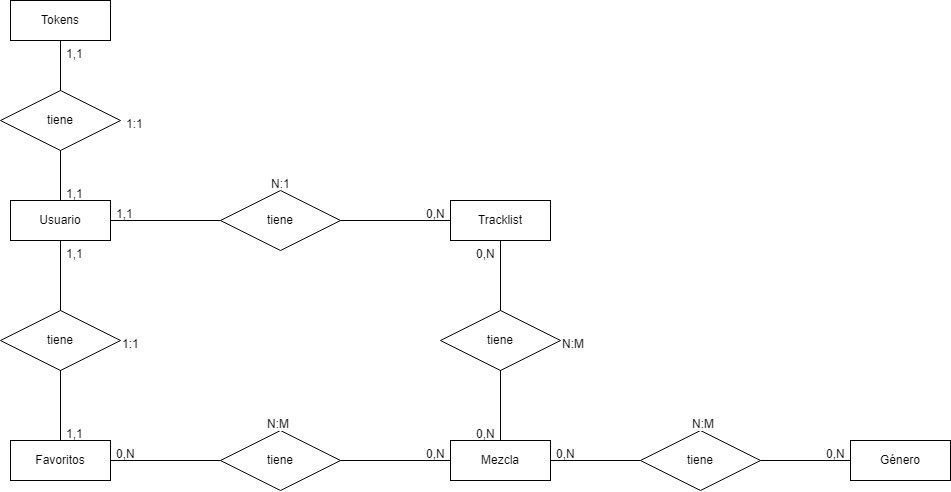
Above: assets/img/Diagrama Entidad Relación GrooveBox.png in LukaLaKuka/GrooveBox (draw.io), before the change. Source tidied: cells renumbered, new cells last; positions are measured from the earlier drawing's top-left corner, leaving out a move shared by most shapes. Source of this version:
```xml
<mxGraphModel>
  <root>
    <mxCell id="0" />
    <mxCell id="1" parent="0" />
    <mxCell id="2" value="tiene" style="shape=rhombus;perimeter=rhombusPerimeter;whiteSpace=wrap;html=1;align=center;" parent="1" vertex="1">
      <mxGeometry x="220" y="190" width="120" height="60" as="geometry" />
    </mxCell>
    <mxCell id="3" value="Mezcla" style="whiteSpace=wrap;html=1;align=center;" parent="1" vertex="1">
      <mxGeometry x="450" y="440" width="100" height="40" as="geometry" />
    </mxCell>
    <mxCell id="4" value="Tokens" style="whiteSpace=wrap;html=1;align=center;" parent="1" vertex="1">
      <mxGeometry x="10" width="100" height="40" as="geometry" />
    </mxCell>
    <mxCell id="5" value="Favoritos" style="whiteSpace=wrap;html=1;align=center;" parent="1" vertex="1">
      <mxGeometry x="10" y="440" width="100" height="40" as="geometry" />
    </mxCell>
    <mxCell id="6" value="Tracklist" style="whiteSpace=wrap;html=1;align=center;" parent="1" vertex="1">
      <mxGeometry x="450" y="200" width="100" height="40" as="geometry" />
    </mxCell>
    <mxCell id="7" value="Género" style="whiteSpace=wrap;html=1;align=center;" parent="1" vertex="1">
      <mxGeometry x="850" y="440" width="100" height="40" as="geometry" />
    </mxCell>
    <mxCell id="8" value="Usuario" style="whiteSpace=wrap;html=1;align=center;" parent="1" vertex="1">
      <mxGeometry x="10" y="200" width="100" height="40" as="geometry" />
    </mxCell>
    <mxCell id="9" style="endArrow=none;html=1;rounded=0;entryX=1;entryY=0.5;entryDx=0;entryDy=0;exitX=0;exitY=0.5;exitDx=0;exitDy=0;" parent="1" edge="1" source="2" target="8">
      <mxGeometry relative="1" as="geometry" />
    </mxCell>
    <mxCell id="10" style="endArrow=none;html=1;rounded=0;entryX=1;entryY=0.5;entryDx=0;entryDy=0;exitX=0;exitY=0.5;exitDx=0;exitDy=0;" parent="1" edge="1" source="6" target="2">
      <mxGeometry relative="1" as="geometry" />
    </mxCell>
    <mxCell id="11" value="tiene" style="shape=rhombus;perimeter=rhombusPerimeter;whiteSpace=wrap;html=1;align=center;" parent="1" vertex="1">
      <mxGeometry x="440" y="310" width="120" height="60" as="geometry" />
    </mxCell>
    <mxCell id="12" style="endArrow=none;html=1;rounded=0;entryX=0.5;entryY=0;entryDx=0;entryDy=0;exitX=0.5;exitY=1;exitDx=0;exitDy=0;" parent="1" edge="1" source="6" target="11">
      <mxGeometry relative="1" as="geometry" />
    </mxCell>
    <mxCell id="13" style="endArrow=none;html=1;rounded=0;entryX=0.5;entryY=0;entryDx=0;entryDy=0;exitX=0.5;exitY=1;exitDx=0;exitDy=0;" parent="1" edge="1" source="11" target="3">
      <mxGeometry relative="1" as="geometry" />
    </mxCell>
    <mxCell id="14" value="tiene" style="shape=rhombus;perimeter=rhombusPerimeter;whiteSpace=wrap;html=1;align=center;" parent="1" vertex="1">
      <mxGeometry y="310" width="120" height="60" as="geometry" />
    </mxCell>
    <mxCell id="15" value="tiene" style="shape=rhombus;perimeter=rhombusPerimeter;whiteSpace=wrap;html=1;align=center;" parent="1" vertex="1">
      <mxGeometry x="220" y="430" width="120" height="60" as="geometry" />
    </mxCell>
    <mxCell id="16" style="endArrow=none;html=1;rounded=0;entryX=0.5;entryY=0;entryDx=0;entryDy=0;exitX=0.5;exitY=1;exitDx=0;exitDy=0;" parent="1" edge="1" source="8" target="14">
      <mxGeometry relative="1" as="geometry" />
    </mxCell>
    <mxCell id="17" style="endArrow=none;html=1;rounded=0;entryX=0.5;entryY=0;entryDx=0;entryDy=0;exitX=0.5;exitY=1;exitDx=0;exitDy=0;" parent="1" edge="1" source="14" target="5">
      <mxGeometry relative="1" as="geometry" />
    </mxCell>
    <mxCell id="18" style="endArrow=none;html=1;rounded=0;entryX=0;entryY=0.5;entryDx=0;entryDy=0;exitX=1;exitY=0.5;exitDx=0;exitDy=0;" parent="1" edge="1" source="5" target="15">
      <mxGeometry relative="1" as="geometry" />
    </mxCell>
    <mxCell id="19" style="endArrow=none;html=1;rounded=0;entryX=0;entryY=0.5;entryDx=0;entryDy=0;exitX=1;exitY=0.5;exitDx=0;exitDy=0;" parent="1" edge="1" source="15" target="3">
      <mxGeometry relative="1" as="geometry" />
    </mxCell>
    <mxCell id="20" value="tiene" style="shape=rhombus;perimeter=rhombusPerimeter;whiteSpace=wrap;html=1;align=center;" parent="1" vertex="1">
      <mxGeometry y="90" width="120" height="60" as="geometry" />
    </mxCell>
    <mxCell id="21" style="endArrow=none;html=1;rounded=0;entryX=0.5;entryY=0;entryDx=0;entryDy=0;exitX=0.5;exitY=1;exitDx=0;exitDy=0;" parent="1" edge="1" source="4" target="20">
      <mxGeometry relative="1" as="geometry" />
    </mxCell>
    <mxCell id="22" style="endArrow=none;html=1;rounded=0;exitX=0.5;exitY=1;exitDx=0;exitDy=0;entryX=0.5;entryY=0;entryDx=0;entryDy=0;" parent="1" edge="1" source="20" target="8">
      <mxGeometry relative="1" as="geometry" />
    </mxCell>
    <mxCell id="23" value="tiene" style="shape=rhombus;perimeter=rhombusPerimeter;whiteSpace=wrap;html=1;align=center;" parent="1" vertex="1">
      <mxGeometry x="640" y="430" width="120" height="60" as="geometry" />
    </mxCell>
    <mxCell id="24" style="endArrow=none;html=1;rounded=0;entryX=1;entryY=0.5;entryDx=0;entryDy=0;exitX=0;exitY=0.5;exitDx=0;exitDy=0;" parent="1" edge="1" source="23" target="3">
      <mxGeometry relative="1" as="geometry" />
    </mxCell>
    <mxCell id="25" style="endArrow=none;html=1;rounded=0;exitX=0;exitY=0.5;exitDx=0;exitDy=0;entryX=1;entryY=0.5;entryDx=0;entryDy=0;" parent="1" edge="1" source="7" target="23">
      <mxGeometry relative="1" as="geometry" />
    </mxCell>
    <mxCell id="26" value="0,N" style="text;strokeColor=none;fillColor=none;spacingLeft=4;spacingRight=4;overflow=hidden;fontSize=12;whiteSpace=wrap;html=1;" parent="1" vertex="1">
      <mxGeometry x="420" y="200" width="30" height="20" as="geometry" />
    </mxCell>
    <mxCell id="27" value="1,1" style="text;strokeColor=none;fillColor=none;spacingLeft=4;spacingRight=4;overflow=hidden;fontSize=12;whiteSpace=wrap;html=1;" parent="1" vertex="1">
      <mxGeometry x="110" y="200" width="30" height="20" as="geometry" />
    </mxCell>
    <mxCell id="28" value="0,N" style="text;strokeColor=none;fillColor=none;spacingLeft=4;spacingRight=4;overflow=hidden;fontSize=12;whiteSpace=wrap;html=1;" parent="1" vertex="1">
      <mxGeometry x="470" y="420" width="30" height="20" as="geometry" />
    </mxCell>
    <mxCell id="29" value="0,N" style="text;strokeColor=none;fillColor=none;spacingLeft=4;spacingRight=4;overflow=hidden;fontSize=12;whiteSpace=wrap;html=1;" parent="1" vertex="1">
      <mxGeometry x="470" y="240" width="30" height="20" as="geometry" />
    </mxCell>
    <mxCell id="30" value="0,N" style="text;strokeColor=none;fillColor=none;spacingLeft=4;spacingRight=4;overflow=hidden;fontSize=12;whiteSpace=wrap;html=1;" parent="1" vertex="1">
      <mxGeometry x="110" y="440" width="30" height="20" as="geometry" />
    </mxCell>
    <mxCell id="31" value="0,N" style="text;strokeColor=none;fillColor=none;spacingLeft=4;spacingRight=4;overflow=hidden;fontSize=12;whiteSpace=wrap;html=1;" parent="1" vertex="1">
      <mxGeometry x="420" y="440" width="30" height="20" as="geometry" />
    </mxCell>
    <mxCell id="32" value="1,1" style="text;strokeColor=none;fillColor=none;spacingLeft=4;spacingRight=4;overflow=hidden;fontSize=12;whiteSpace=wrap;html=1;" parent="1" vertex="1">
      <mxGeometry x="60" y="240" width="30" height="20" as="geometry" />
    </mxCell>
    <mxCell id="33" value="1,1" style="text;strokeColor=none;fillColor=none;spacingLeft=4;spacingRight=4;overflow=hidden;fontSize=12;whiteSpace=wrap;html=1;" parent="1" vertex="1">
      <mxGeometry x="60" y="420" width="30" height="20" as="geometry" />
    </mxCell>
    <mxCell id="34" value="0,N" style="text;strokeColor=none;fillColor=none;spacingLeft=4;spacingRight=4;overflow=hidden;fontSize=12;whiteSpace=wrap;html=1;" parent="1" vertex="1">
      <mxGeometry x="550" y="440" width="30" height="20" as="geometry" />
    </mxCell>
    <mxCell id="35" value="0,N" style="text;strokeColor=none;fillColor=none;spacingLeft=4;spacingRight=4;overflow=hidden;fontSize=12;whiteSpace=wrap;html=1;" parent="1" vertex="1">
      <mxGeometry x="820" y="440" width="30" height="20" as="geometry" />
    </mxCell>
    <mxCell id="36" value="1,1" style="text;strokeColor=none;fillColor=none;spacingLeft=4;spacingRight=4;overflow=hidden;fontSize=12;whiteSpace=wrap;html=1;" parent="1" vertex="1">
      <mxGeometry x="60" y="180" width="30" height="20" as="geometry" />
    </mxCell>
    <mxCell id="37" value="1,1" style="text;strokeColor=none;fillColor=none;spacingLeft=4;spacingRight=4;overflow=hidden;fontSize=12;whiteSpace=wrap;html=1;" parent="1" vertex="1">
      <mxGeometry x="60" y="40" width="30" height="20" as="geometry" />
    </mxCell>
    <mxCell id="38" value="1:1" style="text;strokeColor=none;fillColor=none;spacingLeft=4;spacingRight=4;overflow=hidden;fontSize=12;whiteSpace=wrap;html=1;" parent="1" vertex="1">
      <mxGeometry x="120" y="110" width="30" height="20" as="geometry" />
    </mxCell>
    <mxCell id="39" value="N:1" style="text;strokeColor=none;fillColor=none;spacingLeft=4;spacingRight=4;overflow=hidden;fontSize=12;whiteSpace=wrap;html=1;" parent="1" vertex="1">
      <mxGeometry x="265" y="170" width="30" height="20" as="geometry" />
    </mxCell>
    <mxCell id="40" value="&lt;span style=&quot;color: rgb(0, 0, 0); font-family: Helvetica; font-size: 12px; font-style: normal; font-variant-ligatures: normal; font-variant-caps: normal; font-weight: 400; letter-spacing: normal; orphans: 2; text-align: left; text-indent: 0px; text-transform: none; widows: 2; word-spacing: 0px; -webkit-text-stroke-width: 0px; background-color: rgb(251, 251, 251); text-decoration-thickness: initial; text-decoration-style: initial; text-decoration-color: initial; float: none; display: inline !important;&quot;&gt;1:1&lt;/span&gt;" style="text;whiteSpace=wrap;html=1;" parent="1" vertex="1">
      <mxGeometry x="120" y="330" width="60" height="40" as="geometry" />
    </mxCell>
    <mxCell id="41" value="&lt;span style=&quot;color: rgb(0, 0, 0); font-family: Helvetica; font-size: 12px; font-style: normal; font-variant-ligatures: normal; font-variant-caps: normal; font-weight: 400; letter-spacing: normal; orphans: 2; text-align: left; text-indent: 0px; text-transform: none; widows: 2; word-spacing: 0px; -webkit-text-stroke-width: 0px; background-color: rgb(251, 251, 251); text-decoration-thickness: initial; text-decoration-style: initial; text-decoration-color: initial; float: none; display: inline !important;&quot;&gt;N:M&lt;/span&gt;" style="text;whiteSpace=wrap;html=1;" parent="1" vertex="1">
      <mxGeometry x="265" y="410" width="25" height="20" as="geometry" />
    </mxCell>
    <mxCell id="42" value="&lt;span style=&quot;color: rgb(0, 0, 0); font-family: Helvetica; font-size: 12px; font-style: normal; font-variant-ligatures: normal; font-variant-caps: normal; font-weight: 400; letter-spacing: normal; orphans: 2; text-align: left; text-indent: 0px; text-transform: none; widows: 2; word-spacing: 0px; -webkit-text-stroke-width: 0px; background-color: rgb(251, 251, 251); text-decoration-thickness: initial; text-decoration-style: initial; text-decoration-color: initial; float: none; display: inline !important;&quot;&gt;N:M&lt;/span&gt;" style="text;whiteSpace=wrap;html=1;" parent="1" vertex="1">
      <mxGeometry x="560" y="330" width="25" height="20" as="geometry" />
    </mxCell>
    <mxCell id="43" value="&lt;span style=&quot;color: rgb(0, 0, 0); font-family: Helvetica; font-size: 12px; font-style: normal; font-variant-ligatures: normal; font-variant-caps: normal; font-weight: 400; letter-spacing: normal; orphans: 2; text-align: left; text-indent: 0px; text-transform: none; widows: 2; word-spacing: 0px; -webkit-text-stroke-width: 0px; background-color: rgb(251, 251, 251); text-decoration-thickness: initial; text-decoration-style: initial; text-decoration-color: initial; float: none; display: inline !important;&quot;&gt;N:M&lt;/span&gt;" style="text;whiteSpace=wrap;html=1;" parent="1" vertex="1">
      <mxGeometry x="690" y="410" width="25" height="20" as="geometry" />
    </mxCell>
  </root>
</mxGraphModel>
```
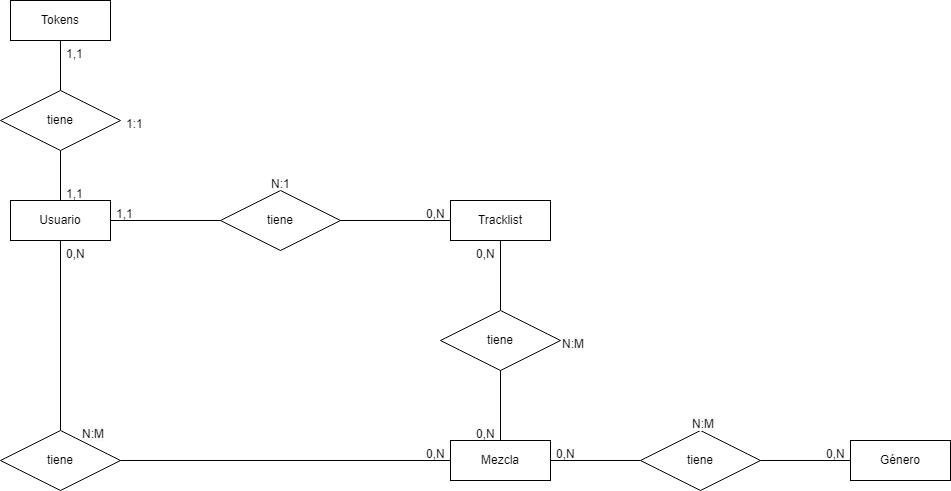
Above is the later version.

Commit message:
Diagrama Entidad Relación corregido

What changed in the source:
```diff
@@ -11,9 +11,6 @@
     <mxCell id="4" value="Tokens" style="whiteSpace=wrap;html=1;align=center;" parent="1" vertex="1">
       <mxGeometry x="10" width="100" height="40" as="geometry" />
     </mxCell>
-    <mxCell id="5" value="Favoritos" style="whiteSpace=wrap;html=1;align=center;" parent="1" vertex="1">
-      <mxGeometry x="10" y="440" width="100" height="40" as="geometry" />
-    </mxCell>
     <mxCell id="6" value="Tracklist" style="whiteSpace=wrap;html=1;align=center;" parent="1" vertex="1">
       <mxGeometry x="450" y="200" width="100" height="40" as="geometry" />
     </mxCell>
@@ -38,19 +35,10 @@
     <mxCell id="13" style="endArrow=none;html=1;rounded=0;entryX=0.5;entryY=0;entryDx=0;entryDy=0;exitX=0.5;exitY=1;exitDx=0;exitDy=0;" parent="1" edge="1" source="11" target="3">
       <mxGeometry relative="1" as="geometry" />
     </mxCell>
-    <mxCell id="14" value="tiene" style="shape=rhombus;perimeter=rhombusPerimeter;whiteSpace=wrap;html=1;align=center;" parent="1" vertex="1">
-      <mxGeometry y="310" width="120" height="60" as="geometry" />
-    </mxCell>
     <mxCell id="15" value="tiene" style="shape=rhombus;perimeter=rhombusPerimeter;whiteSpace=wrap;html=1;align=center;" parent="1" vertex="1">
-      <mxGeometry x="220" y="430" width="120" height="60" as="geometry" />
+      <mxGeometry y="430" width="120" height="60" as="geometry" />
     </mxCell>
-    <mxCell id="16" style="endArrow=none;html=1;rounded=0;entryX=0.5;entryY=0;entryDx=0;entryDy=0;exitX=0.5;exitY=1;exitDx=0;exitDy=0;" parent="1" edge="1" source="8" target="14">
-      <mxGeometry relative="1" as="geometry" />
-    </mxCell>
-    <mxCell id="17" style="endArrow=none;html=1;rounded=0;entryX=0.5;entryY=0;entryDx=0;entryDy=0;exitX=0.5;exitY=1;exitDx=0;exitDy=0;" parent="1" edge="1" source="14" target="5">
-      <mxGeometry relative="1" as="geometry" />
-    </mxCell>
-    <mxCell id="18" style="endArrow=none;html=1;rounded=0;entryX=0;entryY=0.5;entryDx=0;entryDy=0;exitX=1;exitY=0.5;exitDx=0;exitDy=0;" parent="1" edge="1" source="5" target="15">
+    <mxCell id="18" style="endArrow=none;html=1;rounded=0;exitX=0.5;exitY=1;exitDx=0;exitDy=0;entryX=0.5;entryY=0;entryDx=0;entryDy=0;" parent="1" edge="1" source="8" target="15">
       <mxGeometry relative="1" as="geometry" />
     </mxCell>
     <mxCell id="19" style="endArrow=none;html=1;rounded=0;entryX=0;entryY=0.5;entryDx=0;entryDy=0;exitX=1;exitY=0.5;exitDx=0;exitDy=0;" parent="1" edge="1" source="15" target="3">
@@ -86,18 +74,12 @@
     <mxCell id="29" value="0,N" style="text;strokeColor=none;fillColor=none;spacingLeft=4;spacingRight=4;overflow=hidden;fontSize=12;whiteSpace=wrap;html=1;" parent="1" vertex="1">
       <mxGeometry x="470" y="240" width="30" height="20" as="geometry" />
     </mxCell>
-    <mxCell id="30" value="0,N" style="text;strokeColor=none;fillColor=none;spacingLeft=4;spacingRight=4;overflow=hidden;fontSize=12;whiteSpace=wrap;html=1;" parent="1" vertex="1">
-      <mxGeometry x="110" y="440" width="30" height="20" as="geometry" />
-    </mxCell>
     <mxCell id="31" value="0,N" style="text;strokeColor=none;fillColor=none;spacingLeft=4;spacingRight=4;overflow=hidden;fontSize=12;whiteSpace=wrap;html=1;" parent="1" vertex="1">
       <mxGeometry x="420" y="440" width="30" height="20" as="geometry" />
     </mxCell>
-    <mxCell id="32" value="1,1" style="text;strokeColor=none;fillColor=none;spacingLeft=4;spacingRight=4;overflow=hidden;fontSize=12;whiteSpace=wrap;html=1;" parent="1" vertex="1">
+    <mxCell id="32" value="0,N" style="text;strokeColor=none;fillColor=none;spacingLeft=4;spacingRight=4;overflow=hidden;fontSize=12;whiteSpace=wrap;html=1;" parent="1" vertex="1">
       <mxGeometry x="60" y="240" width="30" height="20" as="geometry" />
     </mxCell>
-    <mxCell id="33" value="1,1" style="text;strokeColor=none;fillColor=none;spacingLeft=4;spacingRight=4;overflow=hidden;fontSize=12;whiteSpace=wrap;html=1;" parent="1" vertex="1">
-      <mxGeometry x="60" y="420" width="30" height="20" as="geometry" />
-    </mxCell>
     <mxCell id="34" value="0,N" style="text;strokeColor=none;fillColor=none;spacingLeft=4;spacingRight=4;overflow=hidden;fontSize=12;whiteSpace=wrap;html=1;" parent="1" vertex="1">
       <mxGeometry x="550" y="440" width="30" height="20" as="geometry" />
     </mxCell>
@@ -116,11 +98,8 @@
     <mxCell id="39" value="N:1" style="text;strokeColor=none;fillColor=none;spacingLeft=4;spacingRight=4;overflow=hidden;fontSize=12;whiteSpace=wrap;html=1;" parent="1" vertex="1">
       <mxGeometry x="265" y="170" width="30" height="20" as="geometry" />
     </mxCell>
-    <mxCell id="40" value="&lt;span style=&quot;color: rgb(0, 0, 0); font-family: Helvetica; font-size: 12px; font-style: normal; font-variant-ligatures: normal; font-variant-caps: normal; font-weight: 400; letter-spacing: normal; orphans: 2; text-align: left; text-indent: 0px; text-transform: none; widows: 2; word-spacing: 0px; -webkit-text-stroke-width: 0px; background-color: rgb(251, 251, 251); text-decoration-thickness: initial; text-decoration-style: initial; text-decoration-color: initial; float: none; display: inline !important;&quot;&gt;1:1&lt;/span&gt;" style="text;whiteSpace=wrap;html=1;" parent="1" vertex="1">
-      <mxGeometry x="120" y="330" width="60" height="40" as="geometry" />
-    </mxCell>
     <mxCell id="41" value="&lt;span style=&quot;color: rgb(0, 0, 0); font-family: Helvetica; font-size: 12px; font-style: normal; font-variant-ligatures: normal; font-variant-caps: normal; font-weight: 400; letter-spacing: normal; orphans: 2; text-align: left; text-indent: 0px; text-transform: none; widows: 2; word-spacing: 0px; -webkit-text-stroke-width: 0px; background-color: rgb(251, 251, 251); text-decoration-thickness: initial; text-decoration-style: initial; text-decoration-color: initial; float: none; display: inline !important;&quot;&gt;N:M&lt;/span&gt;" style="text;whiteSpace=wrap;html=1;" parent="1" vertex="1">
-      <mxGeometry x="265" y="410" width="25" height="20" as="geometry" />
+      <mxGeometry x="80" y="420" width="25" height="20" as="geometry" />
     </mxCell>
     <mxCell id="42" value="&lt;span style=&quot;color: rgb(0, 0, 0); font-family: Helvetica; font-size: 12px; font-style: normal; font-variant-ligatures: normal; font-variant-caps: normal; font-weight: 400; letter-spacing: normal; orphans: 2; text-align: left; text-indent: 0px; text-transform: none; widows: 2; word-spacing: 0px; -webkit-text-stroke-width: 0px; background-color: rgb(251, 251, 251); text-decoration-thickness: initial; text-decoration-style: initial; text-decoration-color: initial; float: none; display: inline !important;&quot;&gt;N:M&lt;/span&gt;" style="text;whiteSpace=wrap;html=1;" parent="1" vertex="1">
       <mxGeometry x="560" y="330" width="25" height="20" as="geometry" />
```
